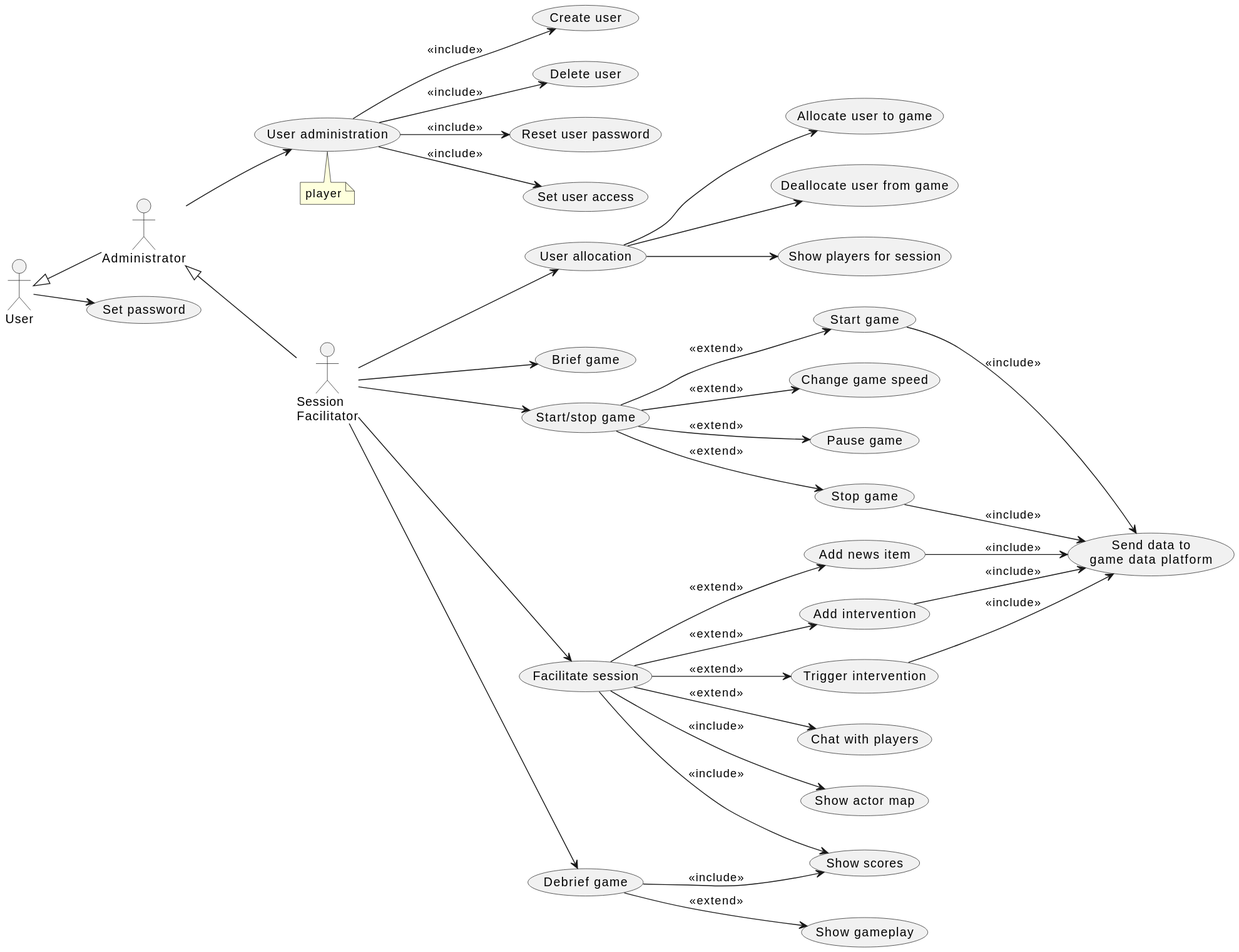
Before: doc/1-use-cases/diagrams/session-facilitation.svg, a diagram exported from PlantUML (averbraeck/gscg-design).
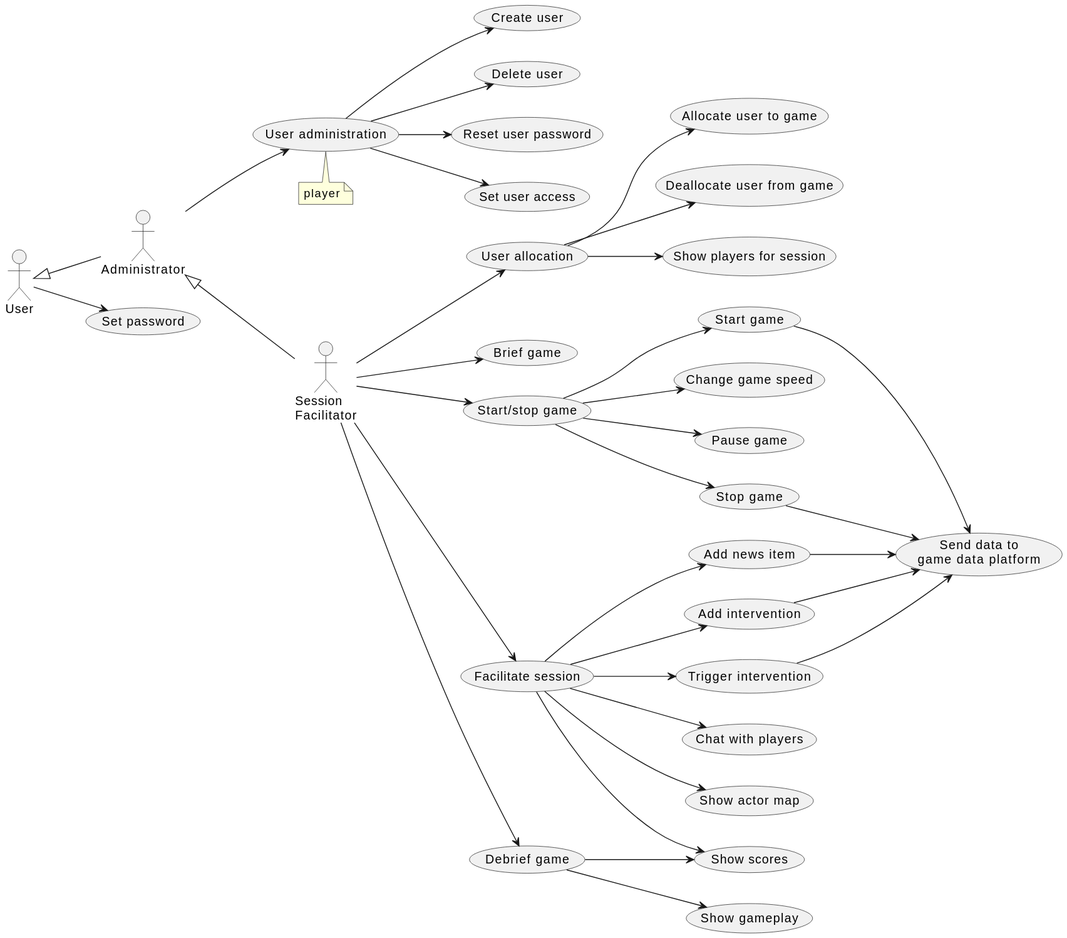
The same file after the commit.

The edit, as a diff of the source:
```diff
@@ -12,10 +12,10 @@
   player
 end note
 
-(User administration) --> (Create user) : << include >>
-(User administration) --> (Delete user) : << include >>
-(User administration) --> (Reset user password) : << include >>
-(User administration) --> (Set user access) : << include >>
+(User administration) --> (Create user)
+(User administration) --> (Delete user)
+(User administration) --> (Reset user password)
+(User administration) --> (Set user access)
 
 SF --> (User allocation)
 (User allocation) --> (Allocate user to game)
@@ -25,26 +25,26 @@
 SF --> (Brief game)
 
 SF --> (Start/stop game)
-(Start/stop game) --> (Start game) : << extend >>
-(Start/stop game) --> (Change game speed) : << extend >>
-(Start/stop game) --> (Pause game) : << extend >>
-(Start/stop game) --> (Stop game) : << extend >>
+(Start/stop game) --> (Start game)
+(Start/stop game) --> (Change game speed)
+(Start/stop game) --> (Pause game)
+(Start/stop game) --> (Stop game)
 
 SF --> (Facilitate session)
-(Facilitate session) --> (Add news item) : << extend >>
-(Facilitate session) --> (Add intervention) : << extend >>
-(Facilitate session) --> (Trigger intervention) : << extend >>
-(Facilitate session) --> (Chat with players) : << extend >>
-(Facilitate session) --> (Show actor map) : << include >>
-(Facilitate session) --> (Show scores) : << include >>
+(Facilitate session) --> (Add news item)
+(Facilitate session) --> (Add intervention)
+(Facilitate session) --> (Trigger intervention)
+(Facilitate session) --> (Chat with players)
+(Facilitate session) --> (Show actor map)
+(Facilitate session) --> (Show scores)
 
-(Start game) --> (Send data to\ngame data platform) : << include >>
-(Add news item) --> (Send data to\ngame data platform) : << include >>
-(Add intervention) --> (Send data to\ngame data platform) : << include >>
-(Trigger intervention) --> (Send data to\ngame data platform) : << include >>
-(Stop game) --> (Send data to\ngame data platform) : << include >>
+(Start game) --> (Send data to\ngame data platform)
+(Add news item) --> (Send data to\ngame data platform)
+(Add intervention) --> (Send data to\ngame data platform)
+(Trigger intervention) --> (Send data to\ngame data platform)
+(Stop game) --> (Send data to\ngame data platform)
 
 SF --> (Debrief game)
-(Debrief game) --> (Show scores) : << include >>
-(Debrief game) --> (Show gameplay) : << extend >>
+(Debrief game) --> (Show scores)
+(Debrief game) --> (Show gameplay)
 @enduml
```
